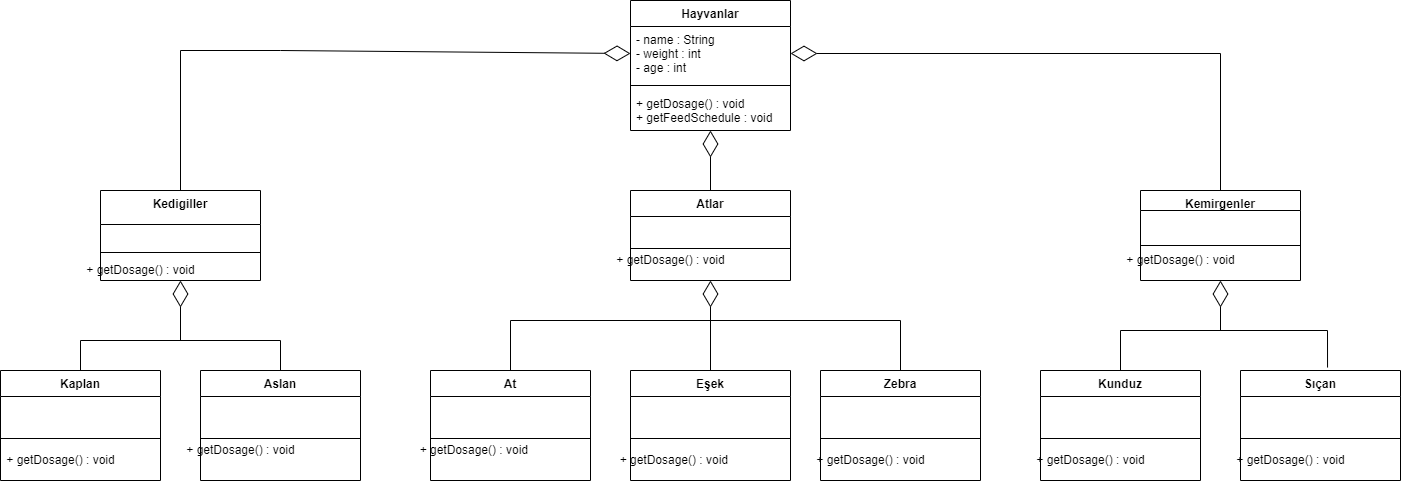
berkebeysi/Java101 keeps this draw.io diagram as ZooManagementSystem.drawio.png. Above is the earlier version. Source tidied: cells renumbered, new cells last; positions are measured from the earlier drawing's top-left corner, leaving out a move shared by most shapes.
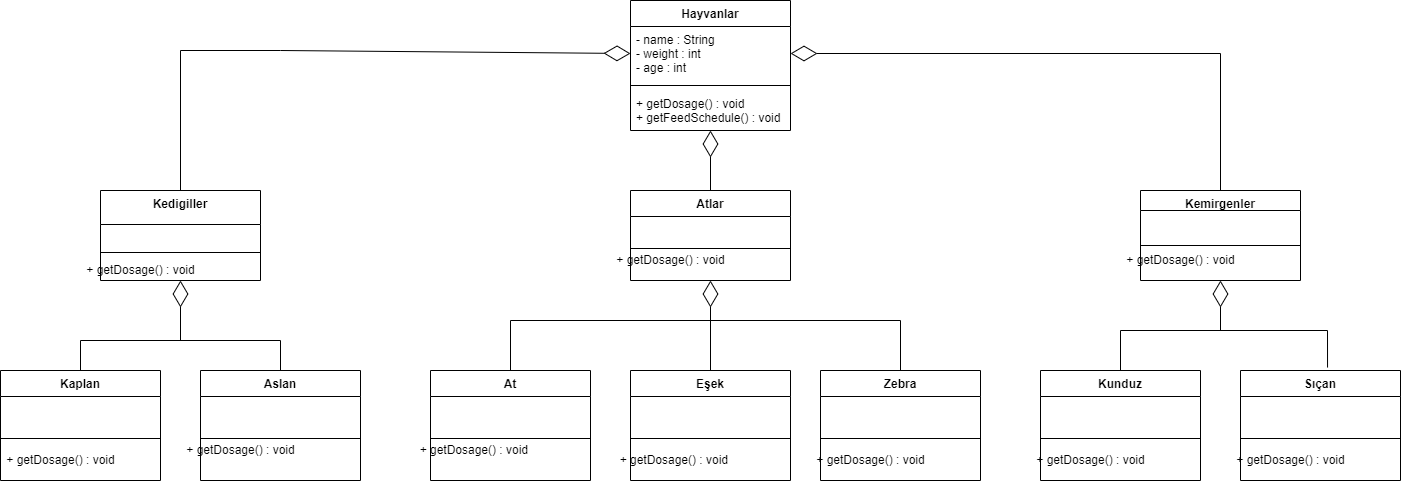
The same diagram one commit later.

The edit, as a diff of the source:
```diff
@@ -71,7 +71,7 @@
     <mxCell id="24" style="line;strokeWidth=1;fillColor=none;align=left;verticalAlign=middle;spacingTop=-1;spacingLeft=3;spacingRight=3;labelPosition=right;" parent="22" vertex="1">
       <mxGeometry y="80" width="160" height="10" as="geometry" />
     </mxCell>
-    <mxCell id="25" value="+ getDosage() : void&#10;+ getFeedSchedule : void" style="text;strokeColor=none;fillColor=none;align=left;verticalAlign=top;spacingLeft=4;spacingRight=4;overflow=hidden;" parent="22" vertex="1">
+    <mxCell id="25" value="+ getDosage() : void&#10;+ getFeedSchedule() : void" style="text;strokeColor=none;fillColor=none;align=left;verticalAlign=top;spacingLeft=4;spacingRight=4;overflow=hidden;" parent="22" vertex="1">
       <mxGeometry y="90" width="160" height="40" as="geometry" />
     </mxCell>
     <mxCell id="26" style="endArrow=diamondThin;endFill=0;endSize=24;html=1;rounded=0;exitX=0.5;exitY=0;exitDx=0;exitDy=0;" parent="1" edge="1" source="20">
```
